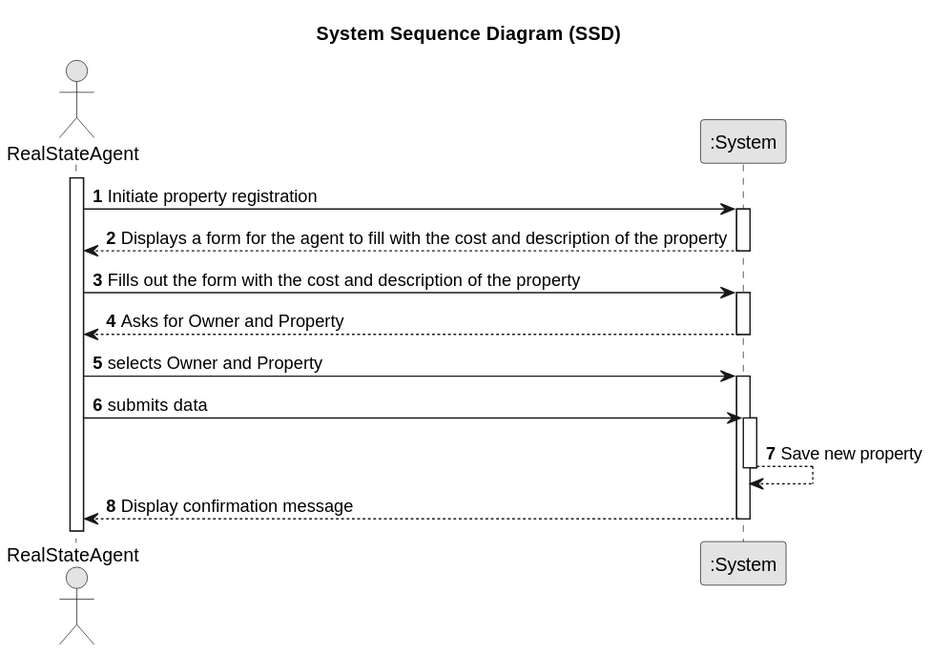
This is lei-22-s2-1do-g68/docs/sprintA/us002/01.requirements-engineering/svg/us002-System-Sequence-Diagram-Alternative-Two-System_Sequence_Diagram__SSD_.svg from hugosilva2901/lei-22-s2-1DO-g68, a PlantUML export, as it was before one commit. The source it was exported from:
```plantuml
@startuml
skinparam monochrome true
skinparam packageStyle rectangle
skinparam shadowing false

title System Sequence Diagram (SSD)

autonumber
actor "RealStateAgent" as User
participant ":System" as System

activate User

    User -> System : Initiate property registration
    activate System

    System --> User : Displays a form for the agent to fill with the cost and description of the property
    deactivate System

    User -> System : Fills out the form with the cost and description of the property
    activate System

    System --> User : Asks for Owner and Property
    deactivate System

    User -> System : selects Owner and Property
    activate System

    User -> System : submits data
    activate System

    System --> System: Save new property
    deactivate System

    System --> User: Display confirmation message
    deactivate System
@enduml
```
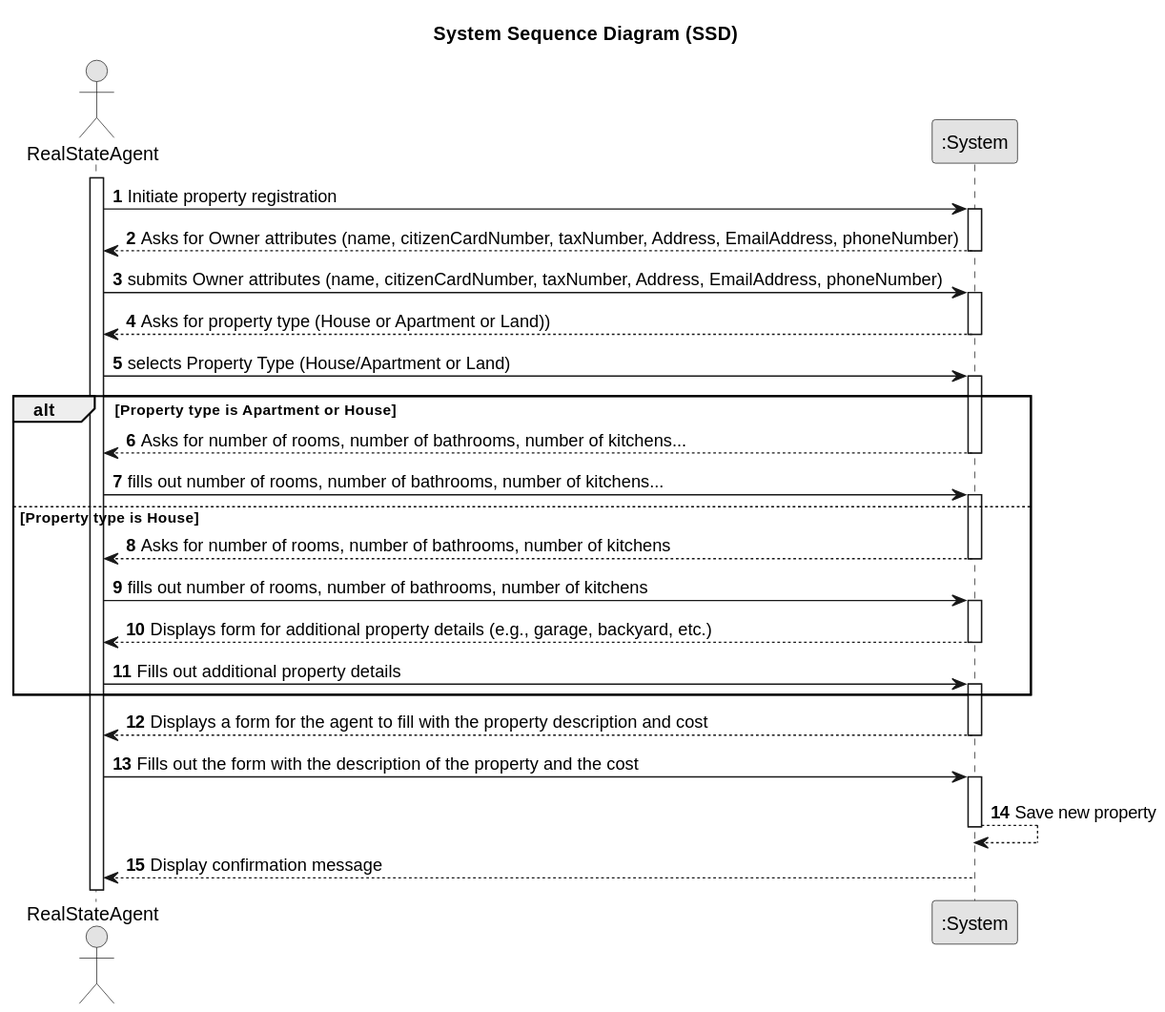
After the commit.

Diff of the diagram source:
```diff
@@ -11,27 +11,54 @@
 
 activate User
 
-    User -> System : Initiate property registration
+User -> System : Initiate property registration
+activate System
+
+System --> User : Asks for Owner attributes (name, citizenCardNumber, taxNumber, Address, EmailAddress, phoneNumber)
+deactivate System
+
+User -> System : submits Owner attributes (name, citizenCardNumber, taxNumber, Address, EmailAddress, phoneNumber)
+activate System
+
+System --> User : Asks for property type (House or Apartment or Land))
+deactivate System
+
+User -> System : selects Property Type (House/Apartment or Land)
+activate System
+
+alt Property type is Apartment or House
+
+    System --> User : Asks for number of rooms, number of bathrooms, number of kitchens...
+    deactivate System
+
+    User -> System : fills out number of rooms, number of bathrooms, number of kitchens...
     activate System
 
-    System --> User : Displays a form for the agent to fill with the cost and description of the property
-    deactivate System
+    else Property type is House
 
-    User -> System : Fills out the form with the cost and description of the property
-    activate System
+        System --> User : Asks for number of rooms, number of bathrooms, number of kitchens
+        deactivate System
 
-    System --> User : Asks for Owner and Property
-    deactivate System
+        User -> System : fills out number of rooms, number of bathrooms, number of kitchens
+        activate System
 
-    User -> System : selects Owner and Property
-    activate System
+        System --> User : Displays form for additional property details (e.g., garage, backyard, etc.)
+        deactivate System
 
-    User -> System : submits data
-    activate System
+        User -> System : Fills out additional property details
+        activate System
 
-    System --> System: Save new property
-    deactivate System
+end
 
-    System --> User: Display confirmation message
-    deactivate System
+System --> User : Displays a form for the agent to fill with the property description and cost
+deactivate System
+
+User -> System : Fills out the form with the description of the property and the cost
+activate System
+
+System --> System: Save new property
+deactivate System
+
+System --> User: Display confirmation message
+deactivate System
 @enduml
```
